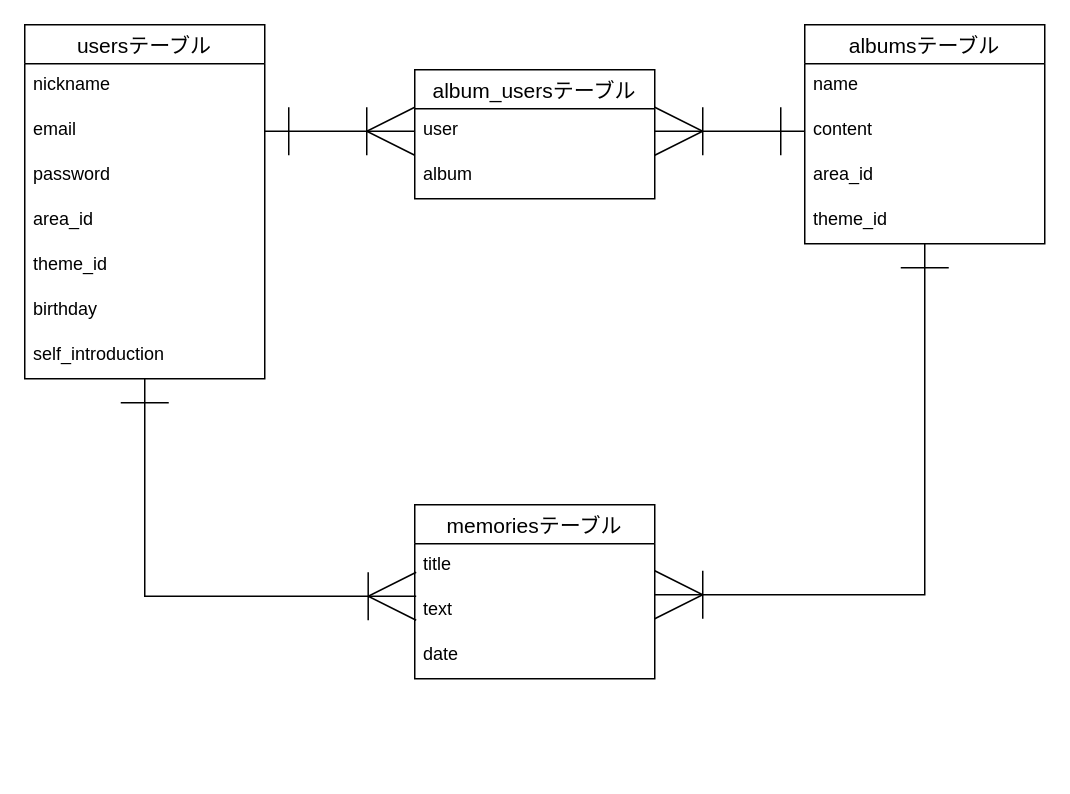
The draw.io diagram volunteer.dio in uta-twothree/Volunteer-Shelf, before the edit. Source tidied: cells renumbered, new cells numbered last; positions are measured from the earlier drawing's top-left corner, leaving out a move shared by most shapes. Both pictures are drawn from the tidied source at 150%, with x=0, y=0 at pixel (24, 24).
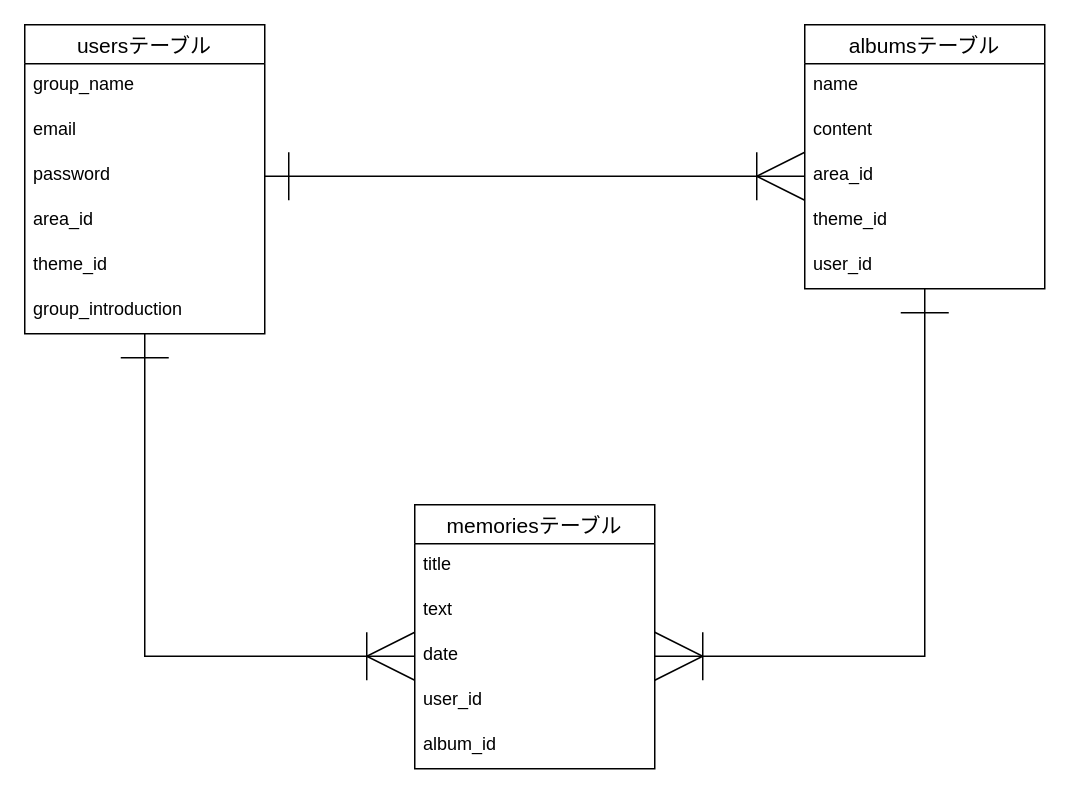
After the change.

Commit message (it also covers changes not shown here):
READEMEファイルとER図の修正

The change refers to these unchanged cells:
```xml
<mxCell id="5" value="content" style="text;strokeColor=none;fillColor=none;spacingLeft=4;spacingRight=4;overflow=hidden;points=[[0,0.5],[1,0.5]];portConstraint=eastwest;fontSize=12;" parent="3" vertex="1">
  <mxGeometry y="56" width="160" height="30" as="geometry" />
</mxCell>
<mxCell id="6" value="area_id" style="text;strokeColor=none;fillColor=none;spacingLeft=4;spacingRight=4;overflow=hidden;points=[[0,0.5],[1,0.5]];portConstraint=eastwest;fontSize=12;" parent="3" vertex="1">
  <mxGeometry y="86" width="160" height="30" as="geometry" />
</mxCell>
<mxCell id="11" value="email" style="text;strokeColor=none;fillColor=none;spacingLeft=4;spacingRight=4;overflow=hidden;points=[[0,0.5],[1,0.5]];portConstraint=eastwest;fontSize=12;" parent="9" vertex="1">
  <mxGeometry y="56" width="160" height="30" as="geometry" />
</mxCell>
<mxCell id="12" value="password" style="text;strokeColor=none;fillColor=none;spacingLeft=4;spacingRight=4;overflow=hidden;points=[[0,0.5],[1,0.5]];portConstraint=eastwest;fontSize=12;" parent="9" vertex="1">
  <mxGeometry y="86" width="160" height="30" as="geometry" />
</mxCell>
<mxCell id="22" value="text" style="text;strokeColor=none;fillColor=none;spacingLeft=4;spacingRight=4;overflow=hidden;points=[[0,0.5],[1,0.5]];portConstraint=eastwest;fontSize=12;" parent="20" vertex="1">
  <mxGeometry y="56" width="160" height="30" as="geometry" />
</mxCell>
<mxCell id="23" value="date" style="text;strokeColor=none;fillColor=none;spacingLeft=4;spacingRight=4;overflow=hidden;points=[[0,0.5],[1,0.5]];portConstraint=eastwest;fontSize=12;" parent="20" vertex="1">
  <mxGeometry y="86" width="160" height="30" as="geometry" />
</mxCell>
```

The edit, as a diff of the source:
```diff
@@
-    <mxCell id="2" style="edgeStyle=orthogonalEdgeStyle;rounded=0;jettySize=auto;html=1;entryX=1;entryY=0.133;entryDx=0;entryDy=0;entryPerimeter=0;startArrow=ERone;startFill=0;startSize=30;endArrow=ERoneToMany;endFill=0;endSize=30;" parent="1" edge="1" source="3" target="22">
-      <mxGeometry relative="1" as="geometry" />
-    </mxCell>
+    <mxCell id="26" style="edgeStyle=orthogonalEdgeStyle;rounded=0;jettySize=auto;html=1;entryX=1;entryY=0.5;entryDx=0;entryDy=0;startArrow=ERone;startFill=0;startSize=30;sourcePerimeterSpacing=0;endArrow=ERoneToMany;endFill=0;endSize=30;targetPerimeterSpacing=0;" parent="1" edge="1" source="3" target="23">
+      <mxGeometry relative="1" as="geometry" />
+    </mxCell>
     <mxCell id="3" value="albumsテーブル" style="swimlane;fontStyle=0;horizontal=1;startSize=26;align=center;fontSize=14;" parent="1" vertex="1">
-      <mxGeometry x="520" width="160" height="146" as="geometry" />
+      <mxGeometry x="520" width="160" height="176" as="geometry" />
     </mxCell>
@@
-    <mxCell id="8" style="edgeStyle=orthogonalEdgeStyle;rounded=0;jettySize=auto;html=1;entryX=0.006;entryY=0.167;entryDx=0;entryDy=0;entryPerimeter=0;startArrow=ERone;startFill=0;startSize=30;endArrow=ERoneToMany;endFill=0;endSize=30;" parent="1" edge="1" source="9" target="22">
-      <mxGeometry relative="1" as="geometry" />
-    </mxCell>
+    <mxCell id="27" value="user_id" style="text;strokeColor=none;fillColor=none;spacingLeft=4;spacingRight=4;overflow=hidden;fontSize=12;" parent="3" vertex="1">
+      <mxGeometry y="146" width="160" height="30" as="geometry" />
+    </mxCell>
+    <mxCell id="28" style="edgeStyle=orthogonalEdgeStyle;rounded=0;jettySize=auto;html=1;entryX=0;entryY=0.5;entryDx=0;entryDy=0;startArrow=ERone;startFill=0;startSize=30;sourcePerimeterSpacing=0;endArrow=ERoneToMany;endFill=0;endSize=30;targetPerimeterSpacing=0;" parent="1" edge="1" source="9" target="23">
+      <mxGeometry relative="1" as="geometry" />
+    </mxCell>
     <mxCell id="9" value="usersテーブル" style="swimlane;fontStyle=0;horizontal=1;startSize=26;align=center;fontSize=14;" parent="1" vertex="1">
-      <mxGeometry width="160" height="236" as="geometry" />
+      <mxGeometry width="160" height="206" as="geometry" />
     </mxCell>
-    <mxCell id="10" value="nickname" style="text;strokeColor=none;fillColor=none;spacingLeft=4;spacingRight=4;overflow=hidden;fontSize=12;" parent="9" vertex="1">
+    <mxCell id="10" value="group_name" style="text;strokeColor=none;fillColor=none;spacingLeft=4;spacingRight=4;overflow=hidden;fontSize=12;" parent="9" vertex="1">
       <mxGeometry y="26" width="160" height="30" as="geometry" />
     </mxCell>
@@
-    <mxCell id="15" value="birthday" style="text;strokeColor=none;fillColor=none;spacingLeft=4;spacingRight=4;overflow=hidden;fontSize=12;" parent="9" vertex="1">
-      <mxGeometry y="176" width="160" height="30" as="geometry" />
-    </mxCell>
-    <mxCell id="16" value="self_introduction" style="text;strokeColor=none;fillColor=none;spacingLeft=4;spacingRight=4;overflow=hidden;fontSize=12;" parent="9" vertex="1">
-      <mxGeometry y="206" width="160" height="30" as="geometry" />
+    <mxCell id="16" value="group_introduction" style="text;strokeColor=none;fillColor=none;spacingLeft=4;spacingRight=4;overflow=hidden;fontSize=12;" parent="9" vertex="1">
+      <mxGeometry y="176" width="160" height="30" as="geometry" />
     </mxCell>
-    <mxCell id="17" value="album_usersテーブル" style="swimlane;fontStyle=0;horizontal=1;startSize=26;align=center;fontSize=14;" parent="1" vertex="1">
-      <mxGeometry x="260" y="30" width="160" height="86" as="geometry" />
-    </mxCell>
-    <mxCell id="18" value="user" style="text;strokeColor=none;fillColor=none;spacingLeft=4;spacingRight=4;overflow=hidden;points=[[0,0.5],[1,0.5]];portConstraint=eastwest;fontSize=12;" parent="17" vertex="1">
-      <mxGeometry y="26" width="160" height="30" as="geometry" />
-    </mxCell>
-    <mxCell id="19" value="album" style="text;strokeColor=none;fillColor=none;spacingLeft=4;spacingRight=4;overflow=hidden;fontSize=12;" parent="17" vertex="1">
-      <mxGeometry y="56" width="160" height="30" as="geometry" />
-    </mxCell>
     <mxCell id="20" value="memoriesテーブル" style="swimlane;fontStyle=0;horizontal=1;startSize=26;align=center;fontSize=14;" parent="1" vertex="1">
-      <mxGeometry x="260" y="320" width="160" height="116" as="geometry" />
+      <mxGeometry x="260" y="320" width="160" height="176" as="geometry" />
     </mxCell>
@@
-    <mxCell id="24" style="edgeStyle=orthogonalEdgeStyle;rounded=0;jettySize=auto;html=1;entryX=1;entryY=0.5;entryDx=0;entryDy=0;startArrow=ERone;startFill=0;startSize=30;endArrow=ERoneToMany;endFill=0;endSize=30;" parent="1" edge="1" source="5" target="18">
-      <mxGeometry relative="1" as="geometry" />
-    </mxCell>
-    <mxCell id="25" style="edgeStyle=orthogonalEdgeStyle;rounded=0;jettySize=auto;html=1;exitX=1;exitY=0.5;exitDx=0;exitDy=0;entryX=0;entryY=0.5;entryDx=0;entryDy=0;startArrow=ERone;startFill=0;startSize=30;endArrow=ERoneToMany;endFill=0;endSize=30;" parent="1" edge="1" source="11" target="18">
-      <mxGeometry relative="1" as="geometry" />
-    </mxCell>
+    <mxCell id="29" value="user_id" style="text;strokeColor=none;fillColor=none;spacingLeft=4;spacingRight=4;overflow=hidden;fontSize=12;" parent="20" vertex="1">
+      <mxGeometry y="116" width="160" height="30" as="geometry" />
+    </mxCell>
+    <mxCell id="30" value="album_id" style="text;strokeColor=none;fillColor=none;spacingLeft=4;spacingRight=4;overflow=hidden;fontSize=12;" parent="20" vertex="1">
+      <mxGeometry y="146" width="160" height="30" as="geometry" />
+    </mxCell>
+    <mxCell id="31" style="edgeStyle=orthogonalEdgeStyle;rounded=0;jettySize=auto;html=1;entryX=0;entryY=0.5;entryDx=0;entryDy=0;startArrow=ERone;startFill=0;startSize=30;sourcePerimeterSpacing=0;endArrow=ERoneToMany;endFill=0;endSize=30;targetPerimeterSpacing=0;" parent="1" edge="1" source="12" target="6">
+      <mxGeometry relative="1" as="geometry" />
+    </mxCell>
```
